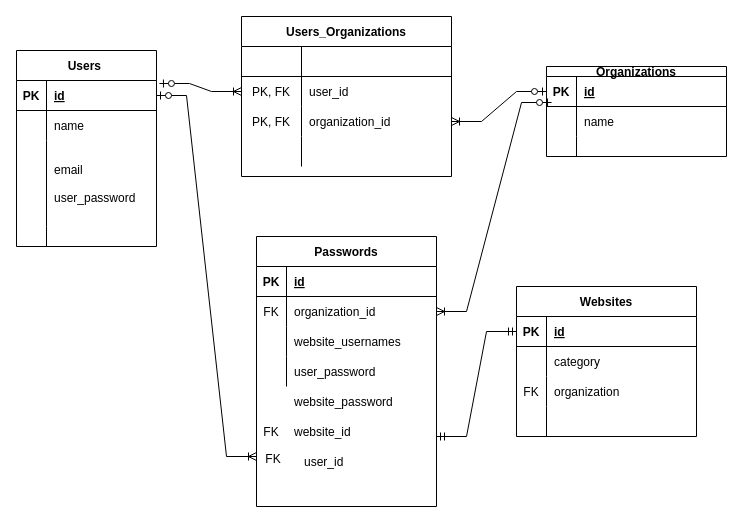
Before: PasswordKeepR.drawio in CoffeeJitterz/Password_Herder, a draw.io diagram. Source tidied: cells renumbered, new cells numbered last; positions are measured from the earlier drawing's top-left corner, leaving out a move shared by most shapes. Both pictures are drawn from the tidied source at 100%, with x=0, y=0 at pixel (16, 16).
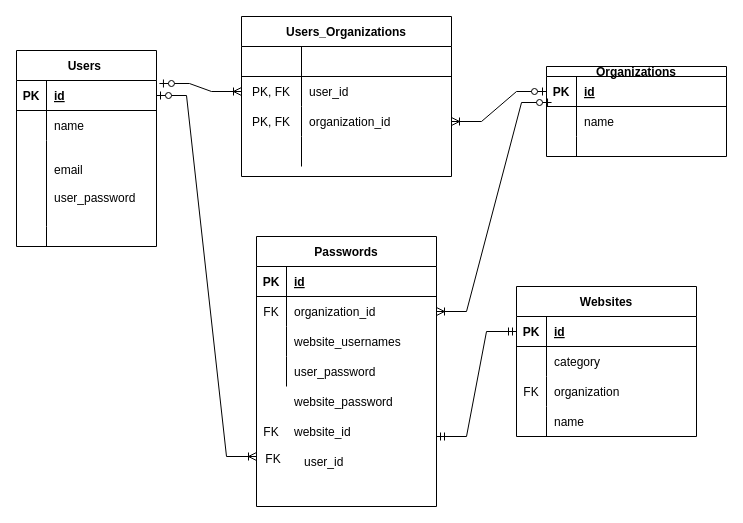
The same diagram, later.

Unchanged cells that the change refers to:
```xml
<mxCell id="50" style="shape=partialRectangle;fillColor=none;top=0;left=0;bottom=0;right=0;" parent="40" vertex="1">
  <mxGeometry y="120" width="180" height="30" as="geometry" />
</mxCell>
```

Diff of the diagram source:
```diff
@@
-    <mxCell id="52" style="shape=partialRectangle;fillColor=none;top=0;left=0;bottom=0;right=0;align=left;spacingLeft=6;overflow=hidden;" parent="50" vertex="1">
+    <mxCell id="52" value="name" style="shape=partialRectangle;fillColor=none;top=0;left=0;bottom=0;right=0;align=left;spacingLeft=6;overflow=hidden;" parent="50" vertex="1">
       <mxGeometry x="30" width="150" height="30" as="geometry" />
     </mxCell>
```
